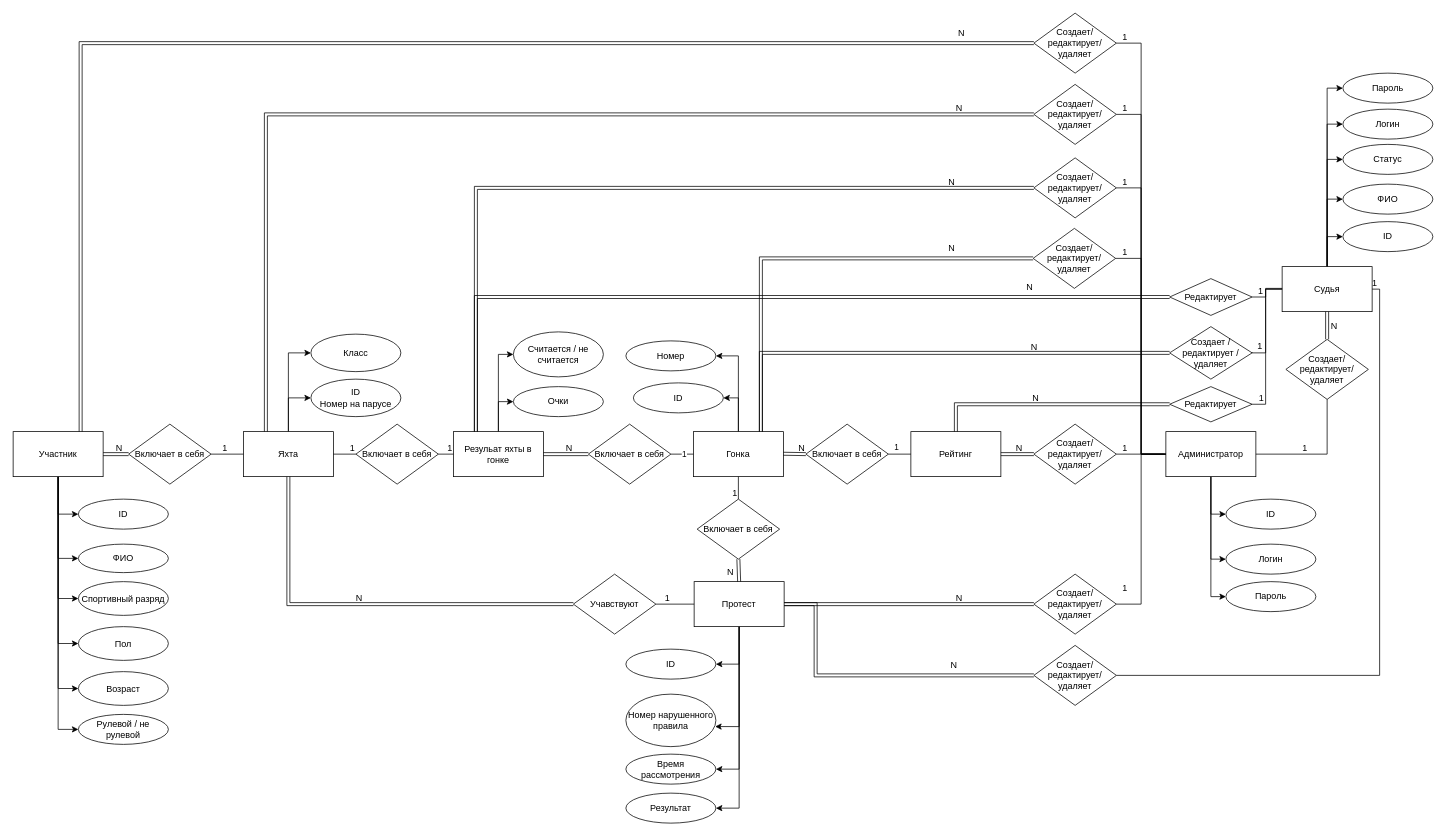
This is page "ER" (2 of 3) of schemes/Диаграммки.drawio from lalala-0/PPO_BMSTU, a draw.io file, before an edit. Source tidied: cells renumbered, new cells numbered last; positions are measured from the earlier drawing's top-left corner, leaving out a move shared by most shapes. Both pictures are drawn from the tidied source at 75%, with x=0, y=0 at pixel (13, 13).
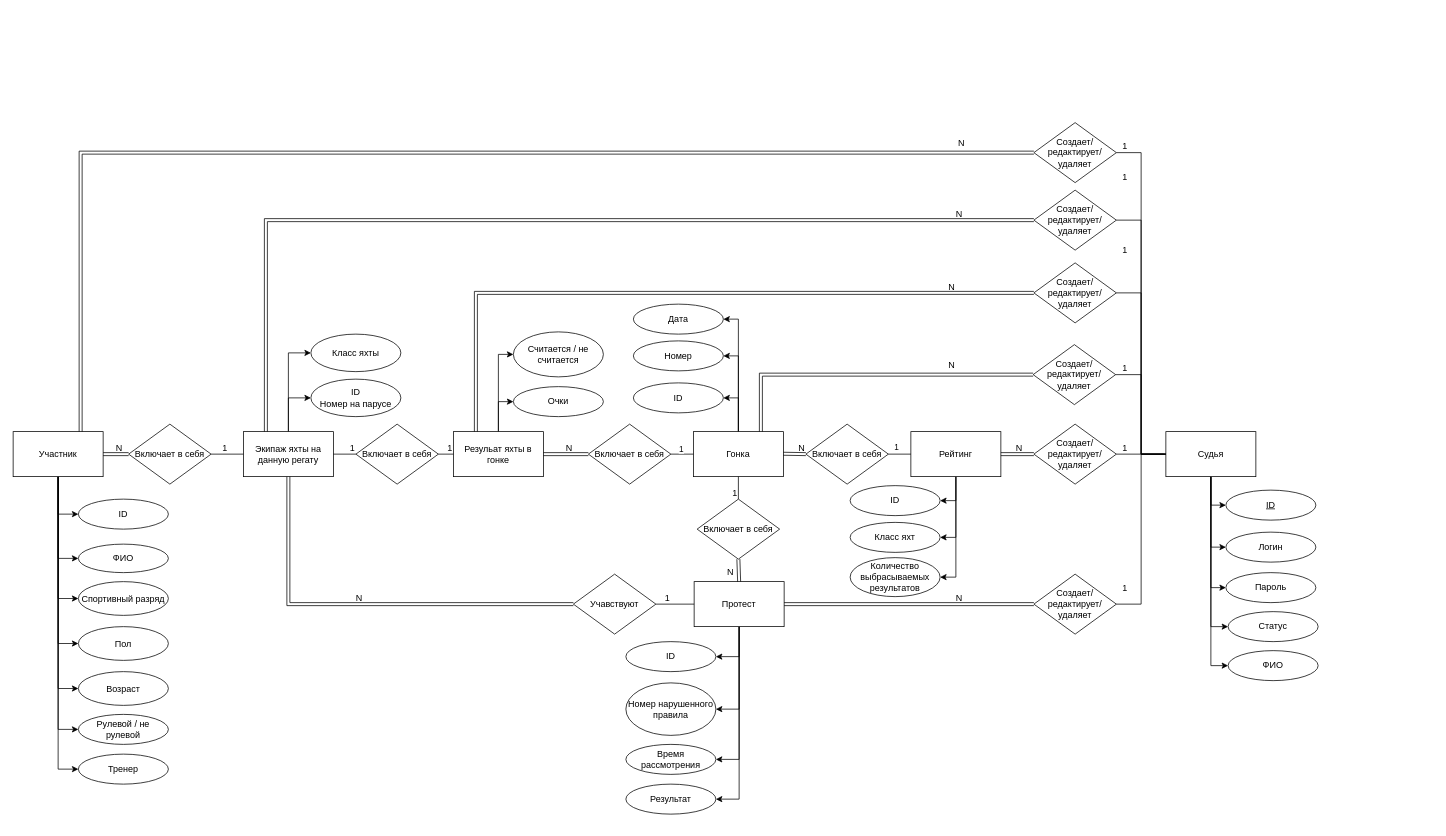
The same page after the edit.

Unchanged cells that the change refers to:
```xml
<mxCell id="15" value="Рейтинг" style="rounded=0;whiteSpace=wrap;html=1;" parent="1" vertex="1">
  <mxGeometry x="1197" y="558" width="120" height="60" as="geometry" />
</mxCell>
<mxCell id="19" value="Протест" style="rounded=0;whiteSpace=wrap;html=1;" parent="1" vertex="1">
  <mxGeometry x="908" y="758" width="120" height="60" as="geometry" />
</mxCell>
<mxCell id="22" value="Гонка" style="rounded=0;whiteSpace=wrap;html=1;" parent="1" vertex="1">
  <mxGeometry x="907" y="558" width="120" height="60" as="geometry" />
</mxCell>
<mxCell id="30" value="Участник" style="rounded=0;whiteSpace=wrap;html=1;" parent="1" vertex="1">
  <mxGeometry y="558" width="120" height="60" as="geometry" />
</mxCell>
<mxCell id="43" value="Резульат яхты в гонке" style="rounded=0;whiteSpace=wrap;html=1;" parent="1" vertex="1">
  <mxGeometry x="587" y="558" width="120" height="60" as="geometry" />
</mxCell>
<mxCell id="45" style="endArrow=none;html=1;rounded=0;exitX=1;exitY=0.5;exitDx=0;exitDy=0;entryX=0;entryY=0.5;entryDx=0;entryDy=0;" parent="1" edge="1" source="44" target="22">
  <mxGeometry relative="1" as="geometry" />
</mxCell>
<mxCell id="85" style="endArrow=none;html=1;rounded=0;entryX=0;entryY=0.5;entryDx=0;entryDy=0;exitX=1;exitY=0.5;exitDx=0;exitDy=0;edgeStyle=orthogonalEdgeStyle;" parent="1" edge="1" source="81" target="5">
  <mxGeometry relative="1" as="geometry" />
</mxCell>
<mxCell id="100" style="endArrow=none;html=1;rounded=0;entryX=0;entryY=0.5;entryDx=0;entryDy=0;edgeStyle=orthogonalEdgeStyle;exitX=1;exitY=0.5;exitDx=0;exitDy=0;" parent="1" edge="1" source="99" target="5">
  <mxGeometry relative="1" as="geometry" />
</mxCell>
<mxCell id="105" style="endArrow=none;html=1;rounded=0;entryX=0;entryY=0.5;entryDx=0;entryDy=0;exitX=1;exitY=0.5;exitDx=0;exitDy=0;edgeStyle=orthogonalEdgeStyle;" parent="1" edge="1" source="104" target="5">
  <mxGeometry relative="1" as="geometry" />
</mxCell>
```

What changed in the source:
```diff
@@
+    <mxCell id="144" style="edgeStyle=orthogonalEdgeStyle;rounded=0;jettySize=auto;html=1;entryX=0;entryY=0.5;entryDx=0;entryDy=0;" parent="1" edge="1" source="5" target="123">
+      <mxGeometry relative="1" as="geometry" />
+    </mxCell>
+    <mxCell id="145" style="edgeStyle=orthogonalEdgeStyle;rounded=0;jettySize=auto;html=1;entryX=0;entryY=0.5;entryDx=0;entryDy=0;" parent="1" edge="1" source="5" target="76">
+      <mxGeometry relative="1" as="geometry" />
+    </mxCell>
-    <mxCell id="5" value="Администратор" style="rounded=0;whiteSpace=wrap;html=1;" parent="1" vertex="1">
+    <mxCell id="5" value="Судья" style="rounded=0;whiteSpace=wrap;html=1;" parent="1" vertex="1">
       <mxGeometry x="1537" y="558" width="120" height="60" as="geometry" />
     </mxCell>
-    <mxCell id="6" style="edgeStyle=orthogonalEdgeStyle;rounded=0;jettySize=auto;html=1;entryX=0;entryY=0.5;entryDx=0;entryDy=0;" parent="1" edge="1" source="11" target="75">
-      <mxGeometry relative="1" as="geometry" />
-    </mxCell>
-    <mxCell id="7" style="edgeStyle=orthogonalEdgeStyle;rounded=0;jettySize=auto;html=1;entryX=0;entryY=0.5;entryDx=0;entryDy=0;" parent="1" edge="1" source="11" target="76">
-      <mxGeometry relative="1" as="geometry" />
-    </mxCell>
-    <mxCell id="8" style="edgeStyle=orthogonalEdgeStyle;rounded=0;jettySize=auto;html=1;entryX=0;entryY=0.5;entryDx=0;entryDy=0;" parent="1" edge="1" source="11" target="123">
-      <mxGeometry relative="1" as="geometry" />
-    </mxCell>
-    <mxCell id="9" style="edgeStyle=orthogonalEdgeStyle;rounded=0;jettySize=auto;html=1;entryX=0;entryY=0.5;entryDx=0;entryDy=0;" parent="1" edge="1" source="11" target="124">
-      <mxGeometry relative="1" as="geometry" />
-    </mxCell>
-    <mxCell id="10" style="edgeStyle=orthogonalEdgeStyle;rounded=0;jettySize=auto;html=1;entryX=0;entryY=0.5;entryDx=0;entryDy=0;" parent="1" edge="1" source="11" target="125">
-      <mxGeometry relative="1" as="geometry" />
-    </mxCell>
-    <mxCell id="11" value="Судья" style="rounded=0;whiteSpace=wrap;html=1;" parent="1" vertex="1">
-      <mxGeometry x="1692" y="338" width="120" height="60" as="geometry" />
-    </mxCell>
@@
-    <mxCell id="14" value="Яхта" style="rounded=0;whiteSpace=wrap;html=1;" parent="1" vertex="1">
+    <mxCell id="14" value="Экипаж яхты на данную регату" style="rounded=0;whiteSpace=wrap;html=1;" parent="1" vertex="1">
       <mxGeometry x="307" y="558" width="120" height="60" as="geometry" />
     </mxCell>
+    <mxCell id="146" style="edgeStyle=orthogonalEdgeStyle;rounded=0;jettySize=auto;html=1;entryX=1;entryY=0.5;entryDx=0;entryDy=0;" parent="1" edge="1" source="15" target="152">
+      <mxGeometry relative="1" as="geometry" />
+    </mxCell>
+    <mxCell id="147" style="edgeStyle=orthogonalEdgeStyle;rounded=0;jettySize=auto;html=1;entryX=1;entryY=0.5;entryDx=0;entryDy=0;" parent="1" edge="1" source="15" target="75">
+      <mxGeometry relative="1" as="geometry" />
+    </mxCell>
+    <mxCell id="148" style="edgeStyle=orthogonalEdgeStyle;rounded=0;jettySize=auto;html=1;entryX=1;entryY=0.5;entryDx=0;entryDy=0;" parent="1" edge="1" source="15" target="154">
+      <mxGeometry relative="1" as="geometry" />
+    </mxCell>
@@
+    <mxCell id="78" style="edgeStyle=orthogonalEdgeStyle;rounded=0;jettySize=auto;html=1;entryX=1;entryY=0.5;entryDx=0;entryDy=0;" parent="1" edge="1" source="19" target="72">
+      <mxGeometry relative="1" as="geometry" />
+    </mxCell>
@@
+    <mxCell id="149" style="edgeStyle=orthogonalEdgeStyle;rounded=0;jettySize=auto;html=1;entryX=1;entryY=0.5;entryDx=0;entryDy=0;" parent="1" edge="1" source="22" target="151">
+      <mxGeometry relative="1" as="geometry" />
+    </mxCell>
@@
+    <mxCell id="150" style="edgeStyle=orthogonalEdgeStyle;rounded=0;jettySize=auto;html=1;entryX=0;entryY=0.5;entryDx=0;entryDy=0;" parent="1" edge="1" source="30" target="153">
+      <mxGeometry relative="1" as="geometry" />
+    </mxCell>
@@
     <mxCell id="35" value="Номер" style="ellipse;whiteSpace=wrap;html=1;" parent="1" vertex="1">
-      <mxGeometry x="817" y="437" width="120" height="40" as="geometry" />
+      <mxGeometry x="827" y="437" width="120" height="40" as="geometry" />
     </mxCell>
@@
     <mxCell id="46" value="1" style="edgeLabel;html=1;align=center;verticalAlign=middle;" parent="45" vertex="1">
-      <mxGeometry x="0.12" y="1" relative="1" as="geometry" />
+      <mxGeometry x="0.12" y="1" relative="1" as="geometry">
+        <mxPoint x="-4" y="-7" as="offset" />
+      </mxGeometry>
     </mxCell>
@@
     <mxCell id="72" value="Номер нарушенного правила" style="ellipse;whiteSpace=wrap;html=1;" parent="1" vertex="1">
-      <mxGeometry x="817" y="908" width="120" height="70" as="geometry" />
+      <mxGeometry x="817" y="893" width="120" height="70" as="geometry" />
     </mxCell>
     <mxCell id="73" value="ID" style="ellipse;whiteSpace=wrap;html=1;" parent="1" vertex="1">
-      <mxGeometry x="817" y="848" width="120" height="40" as="geometry" />
+      <mxGeometry x="817" y="838" width="120" height="40" as="geometry" />
     </mxCell>
     <mxCell id="74" value="Время рассмотрения" style="ellipse;whiteSpace=wrap;html=1;" parent="1" vertex="1">
-      <mxGeometry x="817" y="988" width="120" height="40" as="geometry" />
+      <mxGeometry x="817" y="975" width="120" height="40" as="geometry" />
     </mxCell>
-    <mxCell id="75" value="ID" style="ellipse;whiteSpace=wrap;html=1;" parent="1" vertex="1">
-      <mxGeometry x="1773" y="278" width="120" height="40" as="geometry" />
-    </mxCell>
-    <mxCell id="76" value="ФИО" style="ellipse;whiteSpace=wrap;html=1;" parent="1" vertex="1">
-      <mxGeometry x="1773" y="228" width="120" height="40" as="geometry" />
-    </mxCell>
-    <mxCell id="77" style="edgeStyle=orthogonalEdgeStyle;rounded=0;orthogonalLoop=1;jettySize=auto;html=1;exitX=0.5;exitY=1;exitDx=0;exitDy=0;" parent="1" edge="1" source="11" target="11">
-      <mxGeometry relative="1" as="geometry" />
-    </mxCell>
-    <mxCell id="78" style="edgeStyle=orthogonalEdgeStyle;rounded=0;jettySize=auto;html=1;entryX=0.992;entryY=0.618;entryDx=0;entryDy=0;entryPerimeter=0;" parent="1" edge="1" source="19" target="72">
-      <mxGeometry relative="1" as="geometry" />
-    </mxCell>
-    <mxCell id="79" value="ID" style="ellipse;whiteSpace=wrap;html=1;" parent="1" vertex="1">
-      <mxGeometry x="1617" y="648" width="120" height="40" as="geometry" />
+    <mxCell id="79" value="&lt;u&gt;ID&lt;/u&gt;" style="ellipse;whiteSpace=wrap;html=1;" parent="1" vertex="1">
+      <mxGeometry x="1617" y="636" width="120" height="40" as="geometry" />
     </mxCell>
-    <mxCell id="80" value="Создает/редактирует/удаляет" style="rhombus;whiteSpace=wrap;html=1;" parent="1" vertex="1">
-      <mxGeometry x="1697" y="435" width="110" height="80" as="geometry" />
-    </mxCell>
     <mxCell id="81" value="Создает/редактирует/удаляет" style="rhombus;whiteSpace=wrap;html=1;" parent="1" vertex="1">
-      <mxGeometry x="1361" y="193" width="110" height="80" as="geometry" />
+      <mxGeometry x="1361" y="333" width="110" height="80" as="geometry" />
     </mxCell>
@@
     <mxCell id="84" value="Создает/редактирует/удаляет" style="rhombus;whiteSpace=wrap;html=1;" parent="1" vertex="1">
-      <mxGeometry x="1360" y="287" width="110" height="80" as="geometry" />
+      <mxGeometry x="1360" y="442" width="110" height="80" as="geometry" />
     </mxCell>
@@
     <mxCell id="86" value="1" style="html=1;whiteSpace=wrap;align=right;verticalAlign=bottom;" parent="85" vertex="1">
       <mxGeometry x="1" relative="1" as="geometry">
-        <mxPoint x="-50" y="-261" as="offset" />
+        <mxPoint x="-50" y="-106" as="offset" />
       </mxGeometry>
     </mxCell>
     <mxCell id="87" style="endArrow=none;html=1;rounded=0;exitX=1;exitY=0.5;exitDx=0;exitDy=0;edgeStyle=orthogonalEdgeStyle;entryX=0;entryY=0.5;entryDx=0;entryDy=0;" parent="1" edge="1" source="84">
       <mxGeometry relative="1" as="geometry">
         <mxPoint x="1534" y="588" as="targetPoint" />
         <Array as="points">
-          <mxPoint x="1504" y="327" />
+          <mxPoint x="1504" y="482" />
           <mxPoint x="1504" y="588" />
         </Array>
       </mxGeometry>
     </mxCell>
     <mxCell id="88" value="1" style="html=1;whiteSpace=wrap;align=right;verticalAlign=bottom;" parent="87" vertex="1">
       <mxGeometry x="1" relative="1" as="geometry">
-        <mxPoint x="-47" y="-548" as="offset" />
+        <mxPoint x="-47" y="-402" as="offset" />
       </mxGeometry>
     </mxCell>
@@
     <mxCell id="99" value="Создает/редактирует/удаляет" style="rhombus;whiteSpace=wrap;html=1;" parent="1" vertex="1">
-      <mxGeometry x="1361" y="95" width="110" height="80" as="geometry" />
+      <mxGeometry x="1361" y="236" width="110" height="80" as="geometry" />
     </mxCell>
@@
     <mxCell id="101" value="1" style="html=1;whiteSpace=wrap;align=right;verticalAlign=bottom;" parent="100" vertex="1">
       <mxGeometry x="1" relative="1" as="geometry">
-        <mxPoint x="-50" y="-355" as="offset" />
+        <mxPoint x="-50" y="-264" as="offset" />
       </mxGeometry>
     </mxCell>
@@
     <mxCell id="104" value="Создает/редактирует/удаляет" style="rhombus;whiteSpace=wrap;html=1;" parent="1" vertex="1">
-      <mxGeometry x="1361" width="110" height="80" as="geometry" />
+      <mxGeometry x="1361" y="146" width="110" height="80" as="geometry" />
     </mxCell>
@@
     <mxCell id="106" value="1" style="html=1;whiteSpace=wrap;align=right;verticalAlign=bottom;" parent="105" vertex="1">
       <mxGeometry x="1" relative="1" as="geometry">
-        <mxPoint x="-50" y="-453" as="offset" />
+        <mxPoint x="-50" y="-361" as="offset" />
       </mxGeometry>
     </mxCell>
@@
-    <mxCell id="109" value="Редактирует" style="rhombus;whiteSpace=wrap;html=1;" parent="1" vertex="1">
-      <mxGeometry x="1542" y="354" width="110" height="49" as="geometry" />
-    </mxCell>
-    <mxCell id="110" value="Редактирует" style="rhombus;whiteSpace=wrap;html=1;" parent="1" vertex="1">
-      <mxGeometry x="1542" y="498" width="110" height="47" as="geometry" />
-    </mxCell>
-    <mxCell id="111" style="shape=link;html=1;rounded=0;entryX=0;entryY=0.5;entryDx=0;entryDy=0;exitX=0.5;exitY=0;exitDx=0;exitDy=0;edgeStyle=orthogonalEdgeStyle;" parent="1" edge="1" source="15" target="110">
-      <mxGeometry relative="1" as="geometry">
-        <Array as="points">
-          <mxPoint x="1257" y="522" />
-        </Array>
-      </mxGeometry>
-    </mxCell>
-    <mxCell id="112" value="N" style="html=1;whiteSpace=wrap;align=right;verticalAlign=bottom;" parent="111" vertex="1">
-      <mxGeometry x="1" relative="1" as="geometry">
-        <mxPoint x="-174" as="offset" />
-      </mxGeometry>
-    </mxCell>
     <mxCell id="113" value="Логин" style="ellipse;whiteSpace=wrap;html=1;" parent="1" vertex="1">
-      <mxGeometry x="1617" y="708" width="120" height="40" as="geometry" />
+      <mxGeometry x="1617" y="692" width="120" height="40" as="geometry" />
     </mxCell>
     <mxCell id="114" value="Пароль" style="ellipse;whiteSpace=wrap;html=1;" parent="1" vertex="1">
-      <mxGeometry x="1617" y="758" width="120" height="40" as="geometry" />
+      <mxGeometry x="1617" y="746" width="120" height="40" as="geometry" />
     </mxCell>
-    <mxCell id="115" style="endArrow=none;html=1;rounded=0;entryX=0;entryY=0.5;entryDx=0;entryDy=0;exitX=1;exitY=0.5;exitDx=0;exitDy=0;edgeStyle=orthogonalEdgeStyle;" parent="1" edge="1" source="109" target="11">
-      <mxGeometry relative="1" as="geometry">
-        <Array as="points">
-          <mxPoint x="1670" y="378" />
-          <mxPoint x="1670" y="368" />
-        </Array>
-      </mxGeometry>
-    </mxCell>
-    <mxCell id="116" value="1" style="html=1;whiteSpace=wrap;align=right;verticalAlign=bottom;" parent="115" vertex="1">
-      <mxGeometry x="1" relative="1" as="geometry">
-        <mxPoint x="-24" y="154" as="offset" />
-      </mxGeometry>
-    </mxCell>
-    <mxCell id="117" style="endArrow=none;html=1;rounded=0;entryX=0;entryY=0.5;entryDx=0;entryDy=0;exitX=1;exitY=0.5;exitDx=0;exitDy=0;edgeStyle=orthogonalEdgeStyle;" parent="1" edge="1" source="110" target="11">
-      <mxGeometry relative="1" as="geometry">
-        <Array as="points">
-          <mxPoint x="1670" y="521" />
-          <mxPoint x="1670" y="368" />
-        </Array>
-      </mxGeometry>
-    </mxCell>
-    <mxCell id="118" value="1" style="html=1;whiteSpace=wrap;align=right;verticalAlign=bottom;" parent="117" vertex="1">
-      <mxGeometry x="1" relative="1" as="geometry">
-        <mxPoint x="-25" y="11" as="offset" />
-      </mxGeometry>
-    </mxCell>
-    <mxCell id="119" style="endArrow=none;html=1;rounded=0;exitX=1;exitY=0.5;exitDx=0;exitDy=0;entryX=0.5;entryY=1;entryDx=0;entryDy=0;edgeStyle=orthogonalEdgeStyle;" parent="1" edge="1" source="5" target="80">
-      <mxGeometry relative="1" as="geometry" />
-    </mxCell>
-    <mxCell id="120" value="1" style="html=1;whiteSpace=wrap;align=right;verticalAlign=bottom;" parent="119" vertex="1">
-      <mxGeometry x="1" relative="1" as="geometry">
-        <mxPoint x="-25" y="73" as="offset" />
-      </mxGeometry>
-    </mxCell>
-    <mxCell id="121" style="shape=link;html=1;rounded=0;exitX=0.5;exitY=0;exitDx=0;exitDy=0;" parent="1" edge="1" source="80" target="11">
-      <mxGeometry relative="1" as="geometry" />
-    </mxCell>
-    <mxCell id="122" value="N" style="html=1;whiteSpace=wrap;align=right;verticalAlign=bottom;" parent="121" vertex="1">
-      <mxGeometry x="1" relative="1" as="geometry">
-        <mxPoint x="15" y="27" as="offset" />
-      </mxGeometry>
-    </mxCell>
-    <mxCell id="123" value="Статус" style="ellipse;whiteSpace=wrap;html=1;" parent="1" vertex="1">
-      <mxGeometry x="1773" y="175" width="120" height="40" as="geometry" />
-    </mxCell>
-    <mxCell id="124" value="Логин" style="ellipse;whiteSpace=wrap;html=1;" parent="1" vertex="1">
-      <mxGeometry x="1773" y="128" width="120" height="40" as="geometry" />
-    </mxCell>
-    <mxCell id="125" value="Пароль" style="ellipse;whiteSpace=wrap;html=1;" parent="1" vertex="1">
-      <mxGeometry x="1773" y="80" width="120" height="40" as="geometry" />
-    </mxCell>
@@
-    <mxCell id="128" value="Создает / редактирует / удаляет" style="rhombus;whiteSpace=wrap;html=1;" parent="1" vertex="1">
-      <mxGeometry x="1542" y="418" width="110" height="70" as="geometry" />
-    </mxCell>
-    <mxCell id="129" style="shape=link;html=1;rounded=0;entryX=0;entryY=0.5;entryDx=0;entryDy=0;exitX=0.25;exitY=0;exitDx=0;exitDy=0;edgeStyle=orthogonalEdgeStyle;" parent="1" edge="1" source="43" target="109">
-      <mxGeometry relative="1" as="geometry" />
-    </mxCell>
-    <mxCell id="130" value="N" style="html=1;whiteSpace=wrap;align=right;verticalAlign=bottom;" parent="129" vertex="1">
-      <mxGeometry x="1" relative="1" as="geometry">
-        <mxPoint x="-182" y="-5" as="offset" />
-      </mxGeometry>
-    </mxCell>
-    <mxCell id="131" style="shape=link;html=1;rounded=0;exitX=0.75;exitY=0;exitDx=0;exitDy=0;edgeStyle=orthogonalEdgeStyle;entryX=0;entryY=0.5;entryDx=0;entryDy=0;" parent="1" edge="1" source="22" target="128">
-      <mxGeometry relative="1" as="geometry" />
-    </mxCell>
-    <mxCell id="132" value="N" style="html=1;whiteSpace=wrap;align=right;verticalAlign=bottom;" parent="131" vertex="1">
-      <mxGeometry x="1" relative="1" as="geometry">
-        <mxPoint x="-175" as="offset" />
-      </mxGeometry>
-    </mxCell>
-    <mxCell id="133" style="endArrow=none;html=1;rounded=0;entryX=0;entryY=0.5;entryDx=0;entryDy=0;exitX=1;exitY=0.5;exitDx=0;exitDy=0;edgeStyle=orthogonalEdgeStyle;" parent="1" edge="1">
-      <mxGeometry relative="1" as="geometry">
-        <mxPoint x="1652" y="452" as="sourcePoint" />
-        <mxPoint x="1692" y="367" as="targetPoint" />
-        <Array as="points">
-          <mxPoint x="1652" y="453" />
-          <mxPoint x="1670" y="453" />
-          <mxPoint x="1670" y="367" />
-        </Array>
-      </mxGeometry>
-    </mxCell>
-    <mxCell id="134" value="1" style="html=1;whiteSpace=wrap;align=right;verticalAlign=bottom;" parent="133" vertex="1">
-      <mxGeometry x="1" relative="1" as="geometry">
-        <mxPoint x="-25" y="85" as="offset" />
-      </mxGeometry>
-    </mxCell>
@@
-    <mxCell id="137" value="Класс" style="ellipse;whiteSpace=wrap;html=1;" parent="1" vertex="1">
+    <mxCell id="137" value="Класс яхты" style="ellipse;whiteSpace=wrap;html=1;" parent="1" vertex="1">
       <mxGeometry x="397" y="428" width="120" height="50" as="geometry" />
     </mxCell>
     <mxCell id="138" value="Результат" style="ellipse;whiteSpace=wrap;html=1;" parent="1" vertex="1">
-      <mxGeometry x="817" y="1040" width="120" height="40" as="geometry" />
+      <mxGeometry x="817" y="1028" width="120" height="40" as="geometry" />
     </mxCell>
-    <mxCell id="139" style="endArrow=none;html=1;rounded=0;entryX=1;entryY=0.5;entryDx=0;entryDy=0;edgeStyle=orthogonalEdgeStyle;exitX=1;exitY=0.5;exitDx=0;exitDy=0;" parent="1" edge="1" source="141" target="11">
-      <mxGeometry relative="1" as="geometry" />
-    </mxCell>
-    <mxCell id="140" value="1" style="html=1;whiteSpace=wrap;align=right;verticalAlign=bottom;" parent="139" vertex="1">
-      <mxGeometry x="1" relative="1" as="geometry">
-        <mxPoint x="8" as="offset" />
-      </mxGeometry>
-    </mxCell>
-    <mxCell id="141" value="Создает/редактирует/удаляет" style="rhombus;whiteSpace=wrap;html=1;" parent="1" vertex="1">
-      <mxGeometry x="1361" y="843" width="110" height="80" as="geometry" />
-    </mxCell>
-    <mxCell id="142" style="shape=link;html=1;rounded=0;entryX=0;entryY=0.5;entryDx=0;entryDy=0;exitX=1;exitY=0.5;exitDx=0;exitDy=0;edgeStyle=orthogonalEdgeStyle;" parent="1" edge="1" source="19" target="141">
-      <mxGeometry relative="1" as="geometry">
-        <Array as="points">
-          <mxPoint x="1070" y="788" />
-          <mxPoint x="1070" y="883" />
-        </Array>
-      </mxGeometry>
-    </mxCell>
-    <mxCell id="143" value="N" style="html=1;whiteSpace=wrap;align=right;verticalAlign=bottom;" parent="142" vertex="1">
-      <mxGeometry x="1" relative="1" as="geometry">
-        <mxPoint x="-101" y="-5" as="offset" />
-      </mxGeometry>
-    </mxCell>
+    <mxCell id="151" value="Дата" style="ellipse;whiteSpace=wrap;html=1;" parent="1" vertex="1">
+      <mxGeometry x="827" y="388" width="120" height="40" as="geometry" />
+    </mxCell>
+    <mxCell id="123" value="Статус" style="ellipse;whiteSpace=wrap;html=1;" parent="1" vertex="1">
+      <mxGeometry x="1620" y="798" width="120" height="40" as="geometry" />
+    </mxCell>
+    <mxCell id="76" value="ФИО" style="ellipse;whiteSpace=wrap;html=1;" parent="1" vertex="1">
+      <mxGeometry x="1620" y="850" width="120" height="40" as="geometry" />
+    </mxCell>
+    <mxCell id="75" value="ID" style="ellipse;whiteSpace=wrap;html=1;" parent="1" vertex="1">
+      <mxGeometry x="1116" y="630" width="120" height="40" as="geometry" />
+    </mxCell>
+    <mxCell id="152" value="Класс яхт" style="ellipse;whiteSpace=wrap;html=1;" parent="1" vertex="1">
+      <mxGeometry x="1116" y="679" width="120" height="40" as="geometry" />
+    </mxCell>
+    <mxCell id="153" value="Тренер" style="ellipse;whiteSpace=wrap;html=1;" parent="1" vertex="1">
+      <mxGeometry x="87" y="988" width="120" height="40" as="geometry" />
+    </mxCell>
+    <mxCell id="154" value="Количество выбрасываемых результатов" style="ellipse;whiteSpace=wrap;html=1;" parent="1" vertex="1">
+      <mxGeometry x="1116" y="726" width="120" height="52" as="geometry" />
+    </mxCell>
```
